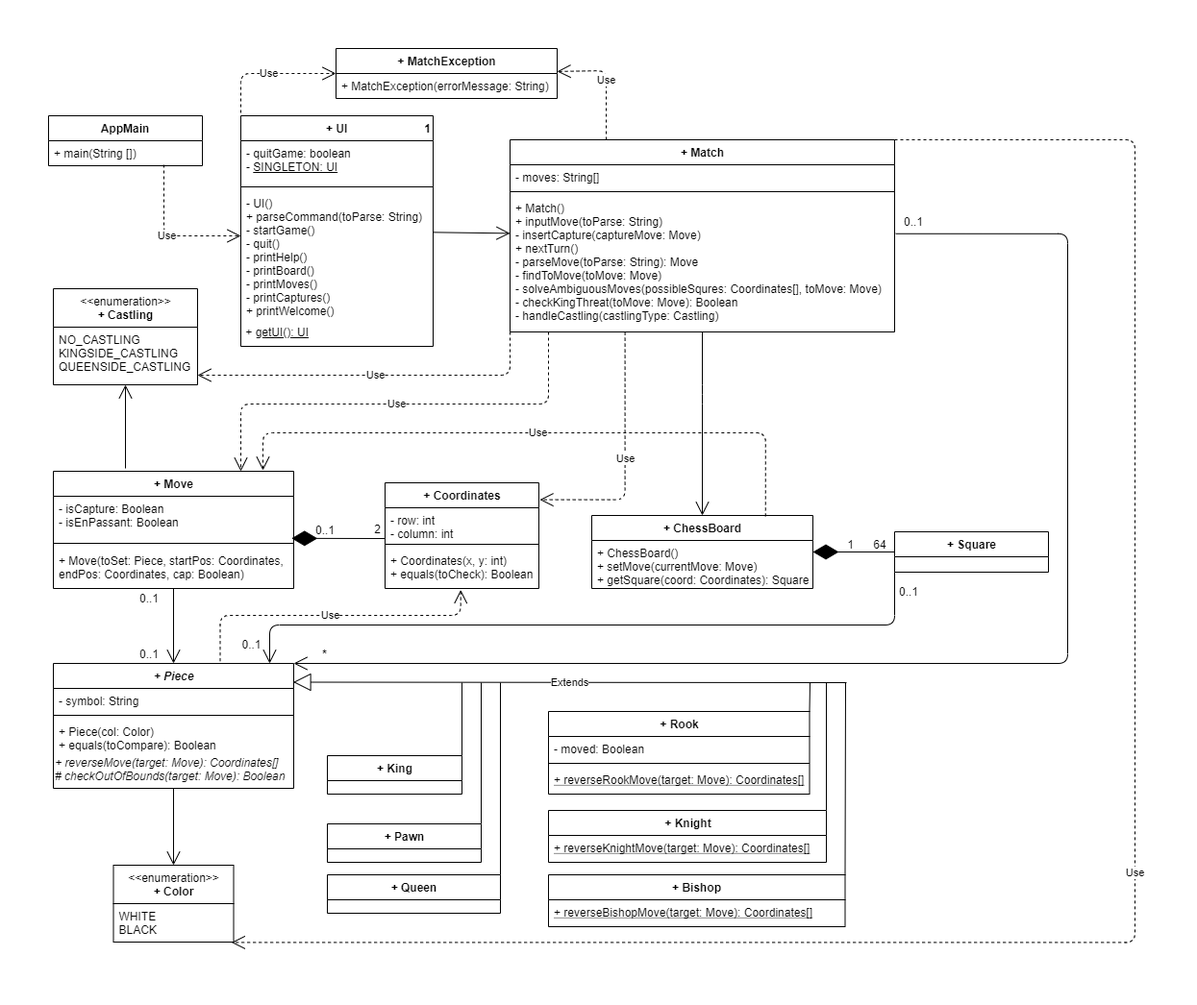
SalvatoreTucci/progetto1920-lecun keeps this draw.io diagram as doc/drawings/diagramma_classi_prospettiva_software.png. Above is the earlier version. Source tidied: cells renumbered, new cells last; positions are measured from the earlier drawing's top-left corner, leaving out a move shared by most shapes.
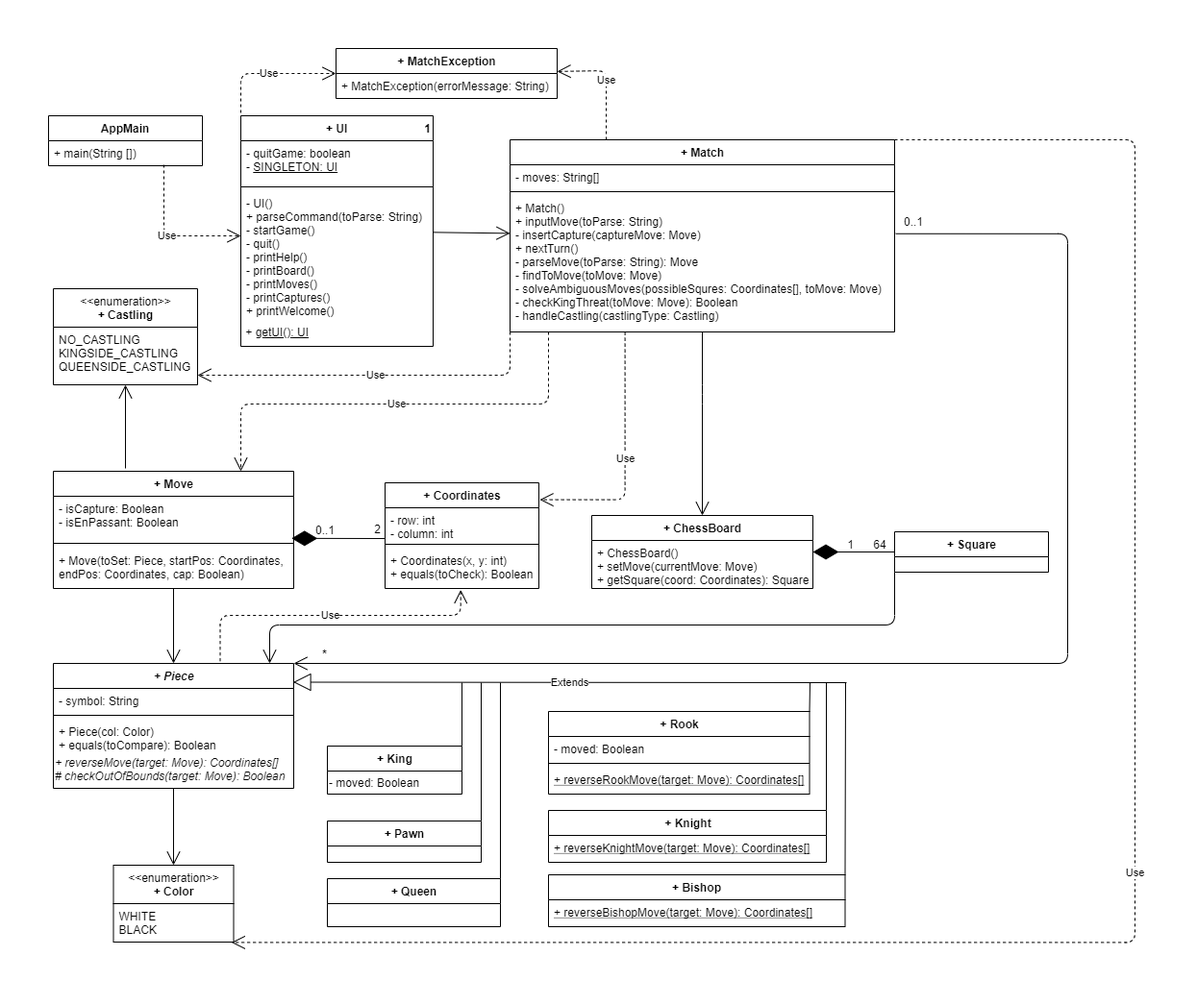
After the change.

Commit message:
Aggiungi sezione Commenti nel report e correggi UML del diagramma delle classi con prospettiva software

Diff of the diagram source:
```diff
@@ -253,9 +253,6 @@
     <mxCell id="66" value="+ reverseKnightMove(target: Move): Coordinates[]" style="text;strokeColor=none;fillColor=none;align=left;verticalAlign=top;spacingLeft=4;spacingRight=4;overflow=hidden;fontStyle=4;" parent="65" vertex="1">
       <mxGeometry y="26" width="289" height="28" as="geometry" />
     </mxCell>
-    <mxCell id="67" value="+ Queen" style="swimlane;fontStyle=1;align=center;verticalAlign=top;horizontal=1;startSize=26;html=1;" parent="1" vertex="1">
-      <mxGeometry x="290" y="860" width="180" height="40" as="geometry" />
-    </mxCell>
     <mxCell id="68" value="+ Rook" style="swimlane;fontStyle=1;align=center;verticalAlign=top;horizontal=1;startSize=26;html=1;" parent="1" vertex="1">
       <mxGeometry x="520" y="690" width="271.5" height="86" as="geometry" />
     </mxCell>
@@ -268,12 +265,6 @@
     <mxCell id="71" value="+ reverseRookMove(target: Move): Coordinates[]" style="text;strokeColor=none;fillColor=none;align=left;verticalAlign=top;spacingLeft=4;spacingRight=4;overflow=hidden;fontStyle=4;" parent="68" vertex="1">
       <mxGeometry y="58" width="271.5" height="28" as="geometry" />
     </mxCell>
-    <mxCell id="72" value="+ Pawn" style="swimlane;fontStyle=1;align=center;verticalAlign=top;horizontal=1;startSize=26;html=1;" parent="1" vertex="1">
-      <mxGeometry x="290" y="807" width="160" height="40" as="geometry" />
-    </mxCell>
-    <mxCell id="73" value="+ King" style="swimlane;fontStyle=1;align=center;verticalAlign=top;horizontal=1;startSize=26;html=1;" parent="1" vertex="1">
-      <mxGeometry x="290" y="736" width="140" height="40" as="geometry" />
-    </mxCell>
     <mxCell id="74" value="Use" style="endArrow=open;endSize=12;dashed=1;html=1;entryX=0.492;entryY=1.034;entryDx=0;entryDy=0;entryPerimeter=0;exitX=0.694;exitY=-0.018;exitDx=0;exitDy=0;exitPerimeter=0;edgeStyle=orthogonalEdgeStyle;" parent="1" edge="1" source="38" target="32">
       <mxGeometry relative="1" as="geometry">
         <Array as="points">
@@ -290,25 +281,17 @@
         </Array>
       </mxGeometry>
     </mxCell>
-    <mxCell id="76" value="Use" style="endArrow=open;endSize=12;dashed=1;html=1;exitX=0.786;exitY=0.012;exitDx=0;exitDy=0;exitPerimeter=0;entryX=0.872;entryY=-0.008;entryDx=0;entryDy=0;entryPerimeter=0;edgeStyle=orthogonalEdgeStyle;" parent="1" edge="1" source="48" target="13">
-      <mxGeometry relative="1" as="geometry">
-        <Array as="points">
-          <mxPoint x="746" y="400" />
-          <mxPoint x="223" y="400" />
-        </Array>
-      </mxGeometry>
-    </mxCell>
-    <mxCell id="77" value="0..1" style="text;html=1;strokeColor=none;fillColor=none;align=center;verticalAlign=middle;whiteSpace=wrap;rounded=0;" parent="1" vertex="1">
-      <mxGeometry x="880" y="555" width="30" height="20" as="geometry" />
-    </mxCell>
-    <mxCell id="78" value="0..1" style="text;html=1;strokeColor=none;fillColor=none;align=center;verticalAlign=middle;whiteSpace=wrap;rounded=0;" parent="1" vertex="1">
-      <mxGeometry x="200" y="610" width="22.5" height="20" as="geometry" />
-    </mxCell>
-    <mxCell id="79" value="0..1" style="text;html=1;strokeColor=none;fillColor=none;align=center;verticalAlign=middle;whiteSpace=wrap;rounded=0;" parent="1" vertex="1">
-      <mxGeometry x="95" y="562" width="20" height="20" as="geometry" />
-    </mxCell>
-    <mxCell id="80" value="0..1" style="text;html=1;strokeColor=none;fillColor=none;align=center;verticalAlign=middle;whiteSpace=wrap;rounded=0;" parent="1" vertex="1">
-      <mxGeometry x="90" y="620" width="30" height="20" as="geometry" />
-    </mxCell>
+    <mxCell id="73" value="+ King" style="swimlane;fontStyle=1;align=center;verticalAlign=top;horizontal=1;startSize=26;html=1;" parent="1" vertex="1">
+      <mxGeometry x="290" y="726" width="140" height="50" as="geometry" />
+    </mxCell>
+    <mxCell id="81" value="- moved: Boolean" style="text;html=1;strokeColor=none;fillColor=none;align=left;verticalAlign=middle;whiteSpace=wrap;rounded=0;" parent="73" vertex="1">
+      <mxGeometry y="26" width="140" height="24" as="geometry" />
+    </mxCell>
+    <mxCell id="72" value="+ Pawn" style="swimlane;fontStyle=1;align=center;verticalAlign=top;horizontal=1;startSize=26;html=1;" parent="1" vertex="1">
+      <mxGeometry x="290" y="804" width="160" height="43" as="geometry" />
+    </mxCell>
+    <mxCell id="67" value="+ Queen" style="swimlane;fontStyle=1;align=center;verticalAlign=top;horizontal=1;startSize=26;html=1;" parent="1" vertex="1">
+      <mxGeometry x="290" y="864" width="180" height="50" as="geometry" />
+    </mxCell>
   </root>
 </mxGraphModel>
```
